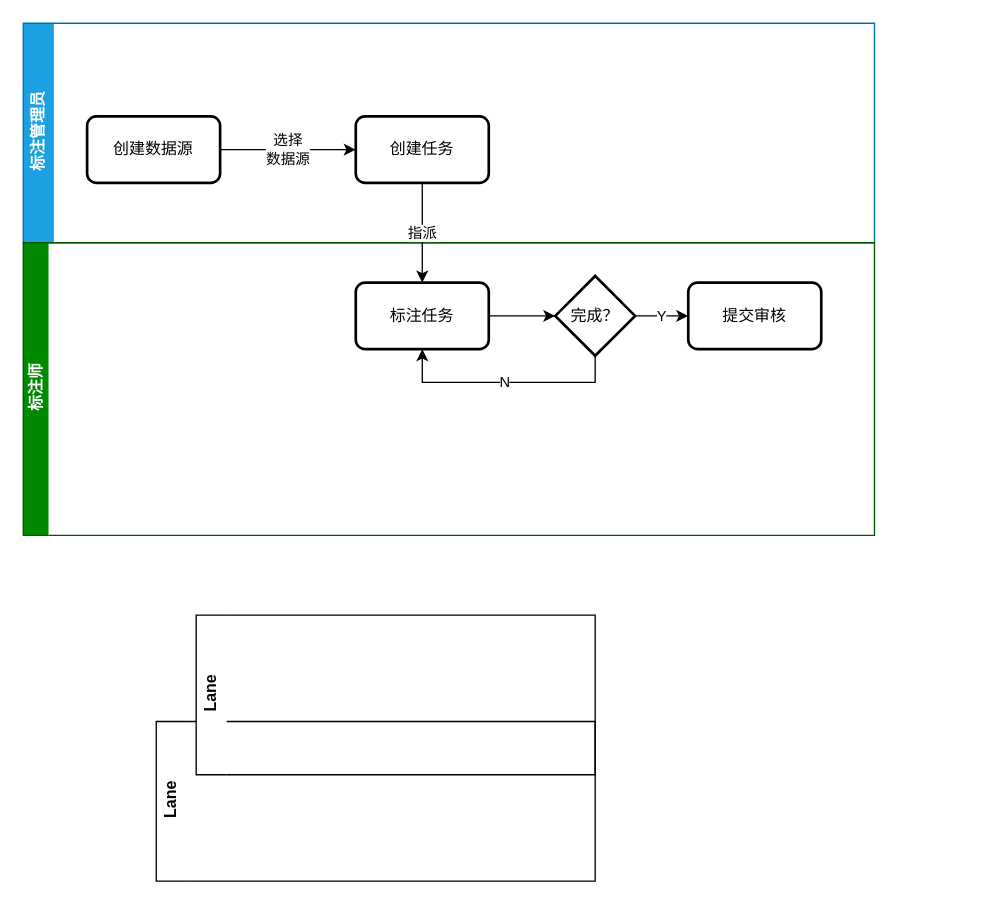
Before: 标注流程.drawio in gumuqi/draw.io, a draw.io diagram. Source tidied: cells renumbered, new cells numbered last; positions are measured from the earlier drawing's top-left corner, leaving out a move shared by most shapes. Both pictures are drawn from the tidied source at 133%, with x=0, y=0 at pixel (23, 23).
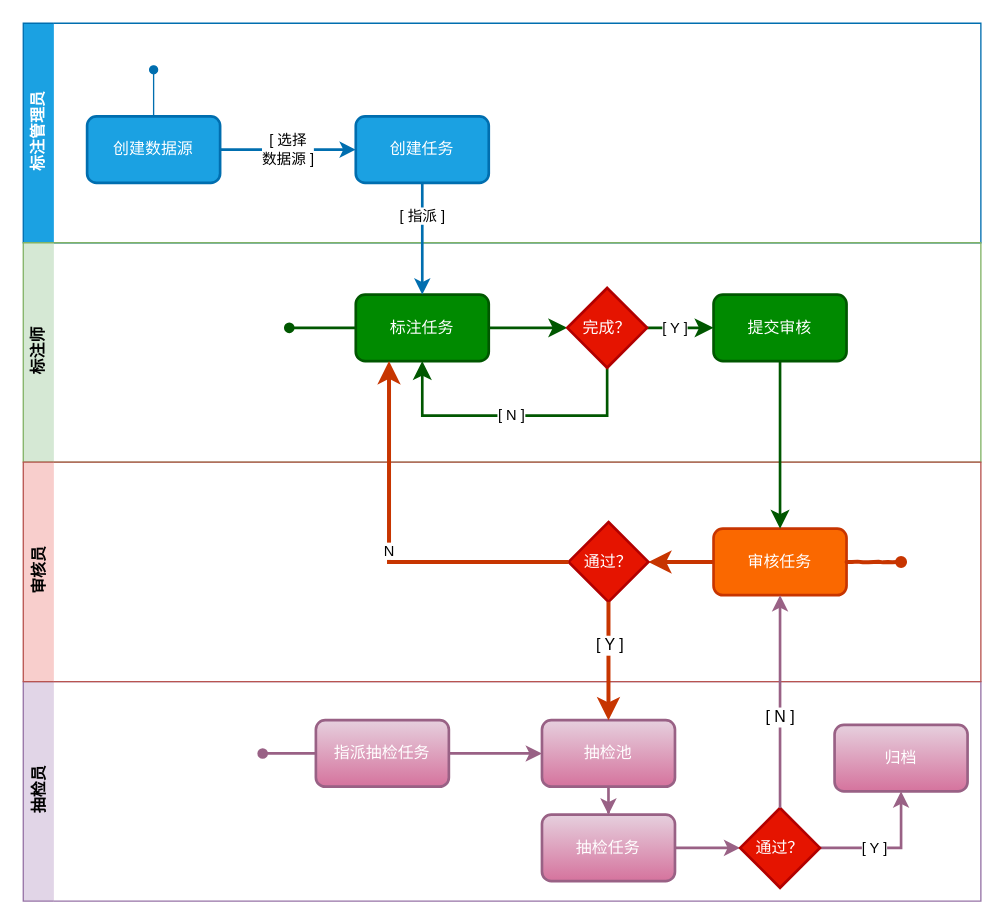
After the change.

Commit message:
更新标注流程.drawio

What changed in the source:
```diff
@@
     <mxCell id="2" value="标注管理员" style="swimlane;html=1;horizontal=0;swimlaneLine=0;fillColor=#1ba1e2;strokeColor=#006EAF;fontColor=#ffffff;" parent="1" vertex="1">
-      <mxGeometry width="640" height="165" as="geometry" />
+      <mxGeometry width="720" height="165" as="geometry" />
     </mxCell>
-    <mxCell id="3" value="选择&lt;br&gt;数据源" style="edgeStyle=orthogonalEdgeStyle;rounded=0;jettySize=auto;html=1;" parent="2" edge="1" source="4" target="5">
+    <mxCell id="3" value="[ 选择&lt;br&gt;数据源 ]" style="edgeStyle=orthogonalEdgeStyle;rounded=0;jettySize=auto;html=1;fillColor=#1ba1e2;strokeColor=#006EAF;shadow=0;strokeWidth=2;comic=0;" parent="2" edge="1" source="4" target="5">
       <mxGeometry relative="1" as="geometry" />
     </mxCell>
-    <mxCell id="4" value="创建数据源" style="rounded=1;whiteSpace=wrap;html=1;absoluteArcSize=1;arcSize=14;strokeWidth=2;" parent="2" vertex="1">
+    <mxCell id="4" value="创建数据源" style="rounded=1;whiteSpace=wrap;html=1;absoluteArcSize=1;arcSize=14;strokeWidth=2;fillColor=#1ba1e2;strokeColor=#006EAF;fontColor=#ffffff;" parent="2" vertex="1">
       <mxGeometry x="48" y="70" width="100" height="50" as="geometry" />
     </mxCell>
-    <mxCell id="5" value="创建任务" style="rounded=1;whiteSpace=wrap;html=1;absoluteArcSize=1;arcSize=14;strokeWidth=2;" parent="2" vertex="1">
+    <mxCell id="5" value="创建任务" style="rounded=1;whiteSpace=wrap;html=1;absoluteArcSize=1;arcSize=14;strokeWidth=2;fillColor=#1ba1e2;strokeColor=#006EAF;fontColor=#ffffff;" parent="2" vertex="1">
       <mxGeometry x="250" y="70" width="100" height="50" as="geometry" />
     </mxCell>
-    <mxCell id="6" value="标注师" style="swimlane;html=1;horizontal=0;swimlaneLine=0;startSize=19;fillColor=#008a00;strokeColor=#005700;fontColor=#ffffff;" parent="1" vertex="1">
-      <mxGeometry y="165" width="640" height="220" as="geometry" />
+    <mxCell id="6" value="标注师" style="swimlane;html=1;horizontal=0;swimlaneLine=0;startSize=23;fillColor=#d5e8d4;strokeColor=#82b366;" parent="1" vertex="1">
+      <mxGeometry y="165" width="720" height="165" as="geometry" />
     </mxCell>
-    <mxCell id="7" style="edgeStyle=orthogonalEdgeStyle;rounded=0;jettySize=auto;html=1;entryX=0;entryY=0.5;entryDx=0;entryDy=0;entryPerimeter=0;" parent="6" edge="1" source="8" target="11">
+    <mxCell id="7" style="edgeStyle=orthogonalEdgeStyle;rounded=0;jettySize=auto;html=1;entryX=0;entryY=0.5;entryDx=0;entryDy=0;entryPerimeter=0;fillColor=#008a00;strokeColor=#005700;endSize=8;startSize=8;strokeWidth=2;" parent="6" edge="1" source="8" target="11">
       <mxGeometry relative="1" as="geometry" />
     </mxCell>
-    <mxCell id="8" value="标注任务" style="rounded=1;whiteSpace=wrap;html=1;absoluteArcSize=1;arcSize=14;strokeWidth=2;" parent="6" vertex="1">
-      <mxGeometry x="250" y="30" width="100" height="50" as="geometry" />
+    <mxCell id="8" value="标注任务" style="rounded=1;whiteSpace=wrap;html=1;absoluteArcSize=1;arcSize=14;strokeWidth=2;fillColor=#008a00;strokeColor=#005700;fontColor=#ffffff;" parent="6" vertex="1">
+      <mxGeometry x="250" y="39" width="100" height="50" as="geometry" />
     </mxCell>
-    <mxCell id="9" value="Y" style="edgeStyle=orthogonalEdgeStyle;rounded=0;jettySize=auto;html=1;" parent="6" edge="1" source="11" target="12">
-      <mxGeometry relative="1" as="geometry" />
+    <mxCell id="9" value="[ Y ]" style="edgeStyle=orthogonalEdgeStyle;rounded=0;jettySize=auto;html=1;fillColor=#008a00;strokeColor=#005700;endSize=8;startSize=8;strokeWidth=2;" parent="6" edge="1" source="11" target="12">
+      <mxGeometry x="-0.16" relative="1" as="geometry" />
     </mxCell>
-    <mxCell id="10" value="N" style="edgeStyle=orthogonalEdgeStyle;rounded=0;jettySize=auto;html=1;entryX=0.5;entryY=1;entryDx=0;entryDy=0;exitX=0.5;exitY=1;exitDx=0;exitDy=0;exitPerimeter=0;" parent="6" edge="1" source="11" target="8">
+    <mxCell id="10" value="[ N ]" style="edgeStyle=orthogonalEdgeStyle;rounded=0;jettySize=auto;html=1;entryX=0.5;entryY=1;entryDx=0;entryDy=0;exitX=0.5;exitY=1;exitDx=0;exitDy=0;exitPerimeter=0;fillColor=#008a00;strokeColor=#005700;endSize=8;startSize=8;strokeWidth=2;" parent="6" edge="1" source="11" target="8">
       <mxGeometry relative="1" as="geometry">
         <Array as="points">
-          <mxPoint x="430" y="105" />
-          <mxPoint x="300" y="105" />
+          <mxPoint x="439" y="130" />
+          <mxPoint x="300" y="130" />
         </Array>
       </mxGeometry>
     </mxCell>
-    <mxCell id="11" value="完成？" style="strokeWidth=2;html=1;shape=mxgraph.flowchart.decision;whiteSpace=wrap;" parent="6" vertex="1">
-      <mxGeometry x="400" y="25" width="60" height="60" as="geometry" />
+    <mxCell id="11" value="完成？" style="strokeWidth=2;html=1;shape=mxgraph.flowchart.decision;whiteSpace=wrap;fillColor=#e51400;strokeColor=#B20000;fontColor=#ffffff;" parent="6" vertex="1">
+      <mxGeometry x="409" y="34" width="60" height="60" as="geometry" />
     </mxCell>
-    <mxCell id="12" value="提交审核" style="rounded=1;whiteSpace=wrap;html=1;absoluteArcSize=1;arcSize=14;strokeWidth=2;" parent="6" vertex="1">
-      <mxGeometry x="500" y="30" width="100" height="50" as="geometry" />
+    <mxCell id="12" value="提交审核" style="rounded=1;whiteSpace=wrap;html=1;absoluteArcSize=1;arcSize=14;strokeWidth=2;fillColor=#008a00;strokeColor=#005700;fontColor=#ffffff;" parent="6" vertex="1">
+      <mxGeometry x="519" y="39" width="100" height="50" as="geometry" />
     </mxCell>
-    <mxCell id="13" value="Lane" style="swimlane;html=1;horizontal=0;swimlaneLine=0;" parent="1" vertex="1">
-      <mxGeometry x="100" y="525" width="330" height="120" as="geometry" />
+    <mxCell id="13" value="抽检员" style="swimlane;html=1;horizontal=0;swimlaneLine=0;fillColor=#e1d5e7;strokeColor=#9673a6;" parent="1" vertex="1">
+      <mxGeometry y="495" width="720" height="165" as="geometry" />
     </mxCell>
+    <mxCell id="16" style="edgeStyle=orthogonalEdgeStyle;rounded=0;jettySize=auto;html=1;fillColor=#e6d0de;strokeColor=#996185;strokeWidth=2;endSize=6;startSize=6;gradientColor=#d5739d;" parent="13" edge="1" source="17" target="19">
+      <mxGeometry relative="1" as="geometry" />
+    </mxCell>
+    <mxCell id="17" value="抽检池" style="rounded=1;whiteSpace=wrap;html=1;absoluteArcSize=1;arcSize=14;strokeWidth=2;gradientColor=#d5739d;fillColor=#e6d0de;strokeColor=#996185;fontColor=#FFFFFF;" parent="13" vertex="1">
+      <mxGeometry x="390" y="29" width="100" height="50" as="geometry" />
+    </mxCell>
+    <mxCell id="18" style="edgeStyle=orthogonalEdgeStyle;rounded=0;jettySize=auto;html=1;entryX=0;entryY=0.5;entryDx=0;entryDy=0;entryPerimeter=0;fillColor=#e6d0de;strokeColor=#996185;strokeWidth=2;endSize=6;startSize=6;gradientColor=#d5739d;" parent="13" edge="1" source="19" target="23">
+      <mxGeometry relative="1" as="geometry" />
+    </mxCell>
+    <mxCell id="19" value="抽检任务" style="rounded=1;whiteSpace=wrap;html=1;absoluteArcSize=1;arcSize=14;strokeWidth=2;gradientColor=#d5739d;fillColor=#e6d0de;strokeColor=#996185;fontColor=#FFFFFF;" parent="13" vertex="1">
+      <mxGeometry x="390" y="100" width="100" height="50" as="geometry" />
+    </mxCell>
+    <mxCell id="20" style="edgeStyle=orthogonalEdgeStyle;rounded=0;jettySize=auto;html=1;entryX=0;entryY=0.5;entryDx=0;entryDy=0;fillColor=#e6d0de;strokeColor=#996185;strokeWidth=2;endSize=6;startSize=6;gradientColor=#d5739d;" parent="13" edge="1" source="21" target="17">
+      <mxGeometry relative="1" as="geometry" />
+    </mxCell>
+    <mxCell id="21" value="指派抽检任务" style="rounded=1;whiteSpace=wrap;html=1;absoluteArcSize=1;arcSize=14;strokeWidth=2;gradientColor=#d5739d;fillColor=#e6d0de;strokeColor=#996185;fontColor=#FFFFFF;" parent="13" vertex="1">
+      <mxGeometry x="220" y="29" width="100" height="50" as="geometry" />
+    </mxCell>
+    <mxCell id="22" value="[ Y ]" style="edgeStyle=orthogonalEdgeStyle;rounded=0;jettySize=auto;html=1;entryX=0.5;entryY=1;entryDx=0;entryDy=0;fillColor=#e6d0de;strokeColor=#996185;strokeWidth=2;endSize=6;startSize=6;gradientColor=#d5739d;" parent="13" edge="1" source="23" target="24">
+      <mxGeometry x="-0.2" relative="1" as="geometry" />
+    </mxCell>
+    <mxCell id="23" value="通过？" style="strokeWidth=2;html=1;shape=mxgraph.flowchart.decision;whiteSpace=wrap;fillColor=#e51400;strokeColor=#B20000;fontColor=#ffffff;" parent="13" vertex="1">
+      <mxGeometry x="539" y="95" width="60" height="60" as="geometry" />
+    </mxCell>
+    <mxCell id="24" value="归档" style="rounded=1;whiteSpace=wrap;html=1;absoluteArcSize=1;arcSize=14;strokeWidth=2;gradientColor=#d5739d;fillColor=#e6d0de;strokeColor=#996185;fontColor=#FFFFFF;" parent="13" vertex="1">
+      <mxGeometry x="610" y="32.5" width="100" height="50" as="geometry" />
+    </mxCell>
+    <mxCell id="15" value="[ 指派 ]" style="edgeStyle=orthogonalEdgeStyle;rounded=0;jettySize=auto;html=1;entryX=0.5;entryY=0;entryDx=0;entryDy=0;fillColor=#1ba1e2;strokeColor=#006EAF;strokeWidth=2;comic=0;" parent="1" edge="1" source="5" target="8">
+      <mxGeometry x="-0.4" relative="1" as="geometry" />
+    </mxCell>
-    <mxCell id="14" value="Lane" style="swimlane;html=1;horizontal=0;swimlaneLine=0;" parent="13" vertex="1">
-      <mxGeometry x="30" y="-80" width="300" height="120" as="geometry" />
+    <mxCell id="14" value="审核员" style="swimlane;html=1;horizontal=0;swimlaneLine=0;fillColor=#f8cecc;strokeColor=#b85450;" parent="1" vertex="1">
+      <mxGeometry y="330" width="720" height="165" as="geometry" />
     </mxCell>
-    <mxCell id="15" value="指派" style="edgeStyle=orthogonalEdgeStyle;rounded=0;jettySize=auto;html=1;entryX=0.5;entryY=0;entryDx=0;entryDy=0;" parent="1" edge="1" source="5" target="8">
-      <mxGeometry relative="1" as="geometry" />
-    </mxCell>
+    <mxCell id="25" style="edgeStyle=orthogonalEdgeStyle;rounded=0;jettySize=auto;html=1;entryX=1;entryY=0.5;entryDx=0;entryDy=0;entryPerimeter=0;fillColor=#fa6800;strokeColor=#C73500;endSize=8;startSize=8;strokeWidth=3;" parent="14" edge="1" source="26" target="27">
+      <mxGeometry relative="1" as="geometry" />
+    </mxCell>
+    <mxCell id="26" value="审核任务" style="rounded=1;whiteSpace=wrap;html=1;absoluteArcSize=1;arcSize=14;strokeWidth=2;fillColor=#fa6800;strokeColor=#C73500;fontColor=#ffffff;" parent="14" vertex="1">
+      <mxGeometry x="519" y="50" width="100" height="50" as="geometry" />
+    </mxCell>
+    <mxCell id="27" value="通过？" style="strokeWidth=2;html=1;shape=mxgraph.flowchart.decision;whiteSpace=wrap;fillColor=#e51400;strokeColor=#B20000;fontColor=#ffffff;" parent="14" vertex="1">
+      <mxGeometry x="410" y="45" width="60" height="60" as="geometry" />
+    </mxCell>
+    <mxCell id="28" style="edgeStyle=orthogonalEdgeStyle;rounded=0;jettySize=auto;html=1;fillColor=#008a00;strokeColor=#005700;endSize=8;startSize=8;strokeWidth=2;" parent="1" edge="1" source="12" target="26">
+      <mxGeometry relative="1" as="geometry" />
+    </mxCell>
+    <mxCell id="29" value="N" style="edgeStyle=orthogonalEdgeStyle;rounded=0;jettySize=auto;html=1;entryX=0.25;entryY=1;entryDx=0;entryDy=0;fillColor=#fa6800;strokeColor=#C73500;endSize=8;startSize=8;strokeWidth=3;" parent="1" edge="1" source="27" target="8">
+      <mxGeometry relative="1" as="geometry" />
+    </mxCell>
+    <mxCell id="30" style="edgeStyle=orthogonalEdgeStyle;rounded=0;jettySize=auto;html=1;entryX=0.5;entryY=0;entryDx=0;entryDy=0;fillColor=#fa6800;strokeColor=#C73500;endSize=8;startSize=8;strokeWidth=3;" parent="1" edge="1" source="27" target="17">
+      <mxGeometry relative="1" as="geometry" />
+    </mxCell>
+    <mxCell id="31" value="[ Y ]" style="text;html=1;align=center;verticalAlign=middle;labelBackgroundColor=#ffffff;" parent="30" vertex="1">
+      <mxGeometry x="-0.28" relative="1" as="geometry" />
+    </mxCell>
+    <mxCell id="32" style="edgeStyle=orthogonalEdgeStyle;rounded=0;jettySize=auto;html=1;entryX=0.5;entryY=1;entryDx=0;entryDy=0;fillColor=#e6d0de;strokeColor=#996185;strokeWidth=2;endSize=6;startSize=6;gradientColor=#d5739d;" parent="1" edge="1" source="23" target="26">
+      <mxGeometry relative="1" as="geometry" />
+    </mxCell>
+    <mxCell id="33" value="[ N ]" style="text;html=1;align=center;verticalAlign=middle;labelBackgroundColor=#ffffff;" parent="32" vertex="1">
+      <mxGeometry x="-0.14" y="1" relative="1" as="geometry" />
+    </mxCell>
+    <mxCell id="34" style="edgeStyle=orthogonalEdgeStyle;rounded=0;comic=1;jettySize=auto;html=1;shadow=0;startSize=6;endSize=6;strokeWidth=3;endArrow=oval;endFill=1;fillColor=#fa6800;strokeColor=#C73500;" parent="1" edge="1" source="26">
+      <mxGeometry relative="1" as="geometry">
+        <mxPoint x="660" y="405" as="targetPoint" />
+      </mxGeometry>
+    </mxCell>
+    <mxCell id="35" style="edgeStyle=orthogonalEdgeStyle;rounded=0;comic=0;jettySize=auto;html=1;shadow=0;startSize=6;endArrow=oval;endFill=1;endSize=6;strokeWidth=1;fillColor=#1ba1e2;strokeColor=#006EAF;" parent="1" edge="1" source="4">
+      <mxGeometry relative="1" as="geometry">
+        <mxPoint x="98" y="35" as="targetPoint" />
+      </mxGeometry>
+    </mxCell>
+    <mxCell id="36" style="edgeStyle=orthogonalEdgeStyle;rounded=0;comic=0;jettySize=auto;html=1;shadow=0;startSize=6;endArrow=oval;endFill=1;endSize=6;strokeWidth=2;fillColor=#008a00;strokeColor=#005700;" parent="1" edge="1" source="8">
+      <mxGeometry relative="1" as="geometry">
+        <mxPoint x="200" y="229" as="targetPoint" />
+      </mxGeometry>
+    </mxCell>
+    <mxCell id="37" style="edgeStyle=orthogonalEdgeStyle;rounded=0;comic=0;jettySize=auto;html=1;shadow=0;startSize=6;endArrow=oval;endFill=1;endSize=6;strokeWidth=2;fillColor=#e6d0de;strokeColor=#996185;gradientColor=#d5739d;" parent="1" edge="1" source="21">
+      <mxGeometry relative="1" as="geometry">
+        <mxPoint x="180" y="549" as="targetPoint" />
+      </mxGeometry>
+    </mxCell>
```
